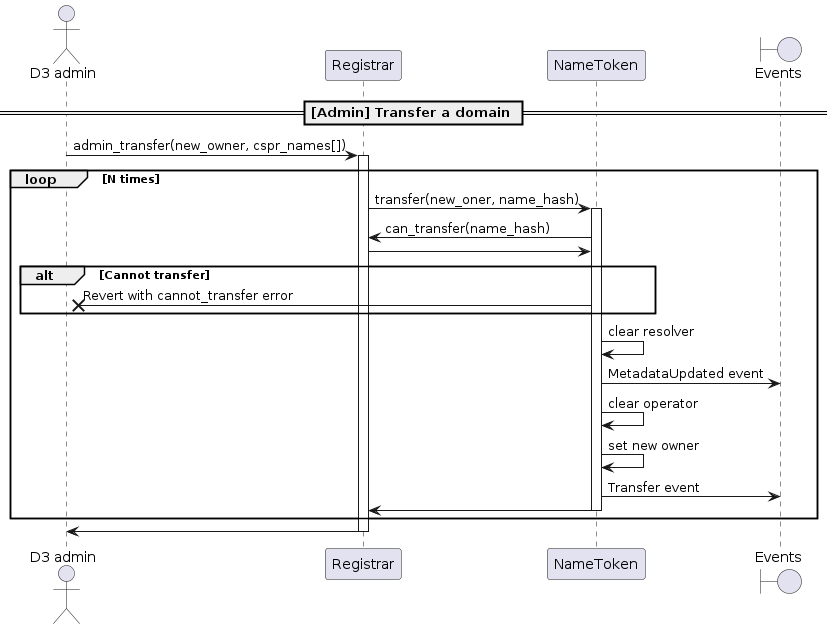
The PlantUML diagram docs/sequence-diagrams/puml/admin-transfer-domain.png in make-software/cspr-name-contracts, before a commit.
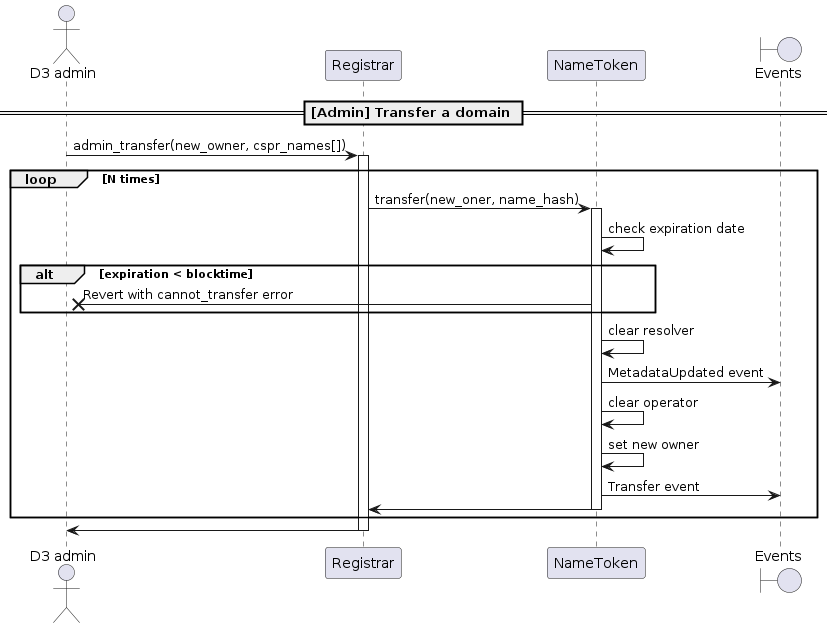
After the commit.

Change to the diagram source:
```diff
@@ -12,11 +12,10 @@
 loop N times
     Registrar -> NameToken: transfer(new_oner, name_hash)
     activate NameToken
-    NameToken -> Registrar: can_transfer(name_hash)
-    Registrar -> NameToken
-    alt Cannot transfer
-        NameToken ->X "D3 admin": Revert with cannot_transfer error
-    end
+NameToken -> NameToken: check expiration date
+alt expiration < blocktime
+    NameToken ->X "D3 admin": Revert with cannot_transfer error
+end
     NameToken -> NameToken: clear resolver
     NameToken -> "Events": MetadataUpdated event
     NameToken -> NameToken: clear operator
```
